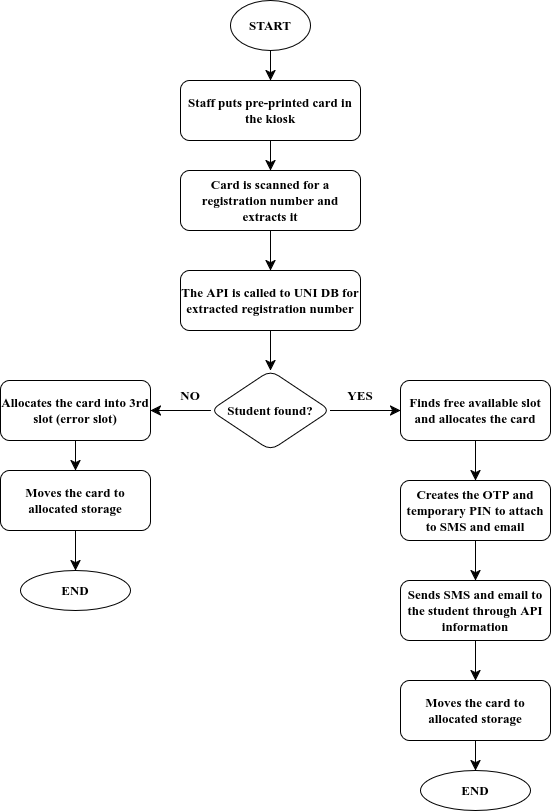
musyani-io/card-issuance-system keeps this draw.io diagram as docs/official/staff-side-workflow.drawio.png. Above is the earlier version. Source tidied: cells renumbered, new cells last; positions are measured from the earlier drawing's top-left corner, leaving out a move shared by most shapes.
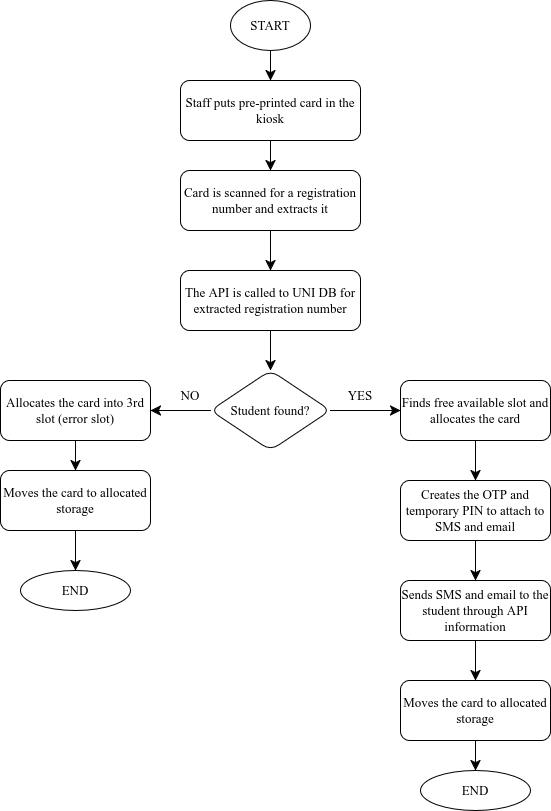
Later version of the same file.

Commit message:
docs: updated staff-side workflow

Change to the diagram source:
```diff
@@ -2,85 +2,85 @@
   <root>
     <mxCell id="0" />
     <mxCell id="1" parent="0" />
-    <mxCell id="2" style="edgeStyle=none;curved=1;rounded=0;jettySize=auto;html=1;fontSize=13;startSize=8;endSize=8;fontFamily=Times New Roman;fontStyle=1;" parent="1" edge="1" source="3" target="5">
+    <mxCell id="2" style="edgeStyle=none;curved=1;rounded=0;jettySize=auto;html=1;fontSize=13;startSize=8;endSize=8;fontFamily=Times New Roman;fontStyle=0;" parent="1" edge="1" source="3" target="5">
       <mxGeometry relative="1" as="geometry" />
     </mxCell>
-    <mxCell id="3" value="START" style="ellipse;whiteSpace=wrap;html=1;fontFamily=Times New Roman;fontSize=13;fontStyle=1;" parent="1" vertex="1">
+    <mxCell id="3" value="START" style="ellipse;whiteSpace=wrap;html=1;fontFamily=Times New Roman;fontSize=13;fontStyle=0;" parent="1" vertex="1">
       <mxGeometry x="230" width="80" height="50" as="geometry" />
     </mxCell>
-    <mxCell id="4" style="edgeStyle=none;curved=1;rounded=0;jettySize=auto;html=1;fontSize=13;startSize=8;endSize=8;fontFamily=Times New Roman;fontStyle=1;" parent="1" edge="1" source="5" target="7">
+    <mxCell id="4" style="edgeStyle=none;curved=1;rounded=0;jettySize=auto;html=1;fontSize=13;startSize=8;endSize=8;fontFamily=Times New Roman;fontStyle=0;" parent="1" edge="1" source="5" target="7">
       <mxGeometry relative="1" as="geometry" />
     </mxCell>
-    <mxCell id="5" value="Staff puts pre-printed card in the kiosk" style="rounded=1;whiteSpace=wrap;html=1;fontFamily=Times New Roman;fontSize=13;fontStyle=1;" parent="1" vertex="1">
+    <mxCell id="5" value="Staff puts pre-printed card in the kiosk" style="rounded=1;whiteSpace=wrap;html=1;fontFamily=Times New Roman;fontSize=13;fontStyle=0;" parent="1" vertex="1">
       <mxGeometry x="180" y="80" width="180" height="60" as="geometry" />
     </mxCell>
-    <mxCell id="6" style="edgeStyle=none;curved=1;rounded=0;jettySize=auto;html=1;fontSize=13;startSize=8;endSize=8;fontFamily=Times New Roman;fontStyle=1;" parent="1" edge="1" source="7" target="9">
+    <mxCell id="6" style="edgeStyle=none;curved=1;rounded=0;jettySize=auto;html=1;fontSize=13;startSize=8;endSize=8;fontFamily=Times New Roman;fontStyle=0;" parent="1" edge="1" source="7" target="9">
       <mxGeometry relative="1" as="geometry" />
     </mxCell>
-    <mxCell id="7" value="Card is scanned for a registration number and extracts it" style="rounded=1;whiteSpace=wrap;html=1;fontFamily=Times New Roman;fontSize=13;fontStyle=1;" parent="1" vertex="1">
+    <mxCell id="7" value="Card is scanned for a registration number and extracts it" style="rounded=1;whiteSpace=wrap;html=1;fontFamily=Times New Roman;fontSize=13;fontStyle=0;" parent="1" vertex="1">
       <mxGeometry x="180" y="170" width="180" height="60" as="geometry" />
     </mxCell>
-    <mxCell id="8" style="edgeStyle=none;curved=1;rounded=0;jettySize=auto;html=1;fontSize=13;startSize=8;endSize=8;fontFamily=Times New Roman;fontStyle=1;" parent="1" edge="1" source="9" target="12">
+    <mxCell id="8" style="edgeStyle=none;curved=1;rounded=0;jettySize=auto;html=1;fontSize=13;startSize=8;endSize=8;fontFamily=Times New Roman;fontStyle=0;" parent="1" edge="1" source="9" target="12">
       <mxGeometry relative="1" as="geometry" />
     </mxCell>
-    <mxCell id="9" value="The API is called to UNI DB for extracted registration number" style="rounded=1;whiteSpace=wrap;html=1;fontFamily=Times New Roman;fontSize=13;fontStyle=1;" parent="1" vertex="1">
+    <mxCell id="9" value="The API is called to UNI DB for extracted registration number" style="rounded=1;whiteSpace=wrap;html=1;fontFamily=Times New Roman;fontSize=13;fontStyle=0;" parent="1" vertex="1">
       <mxGeometry x="180" y="270" width="180" height="60" as="geometry" />
     </mxCell>
-    <mxCell id="10" style="edgeStyle=none;curved=1;rounded=0;jettySize=auto;html=1;fontSize=13;startSize=8;endSize=8;fontFamily=Times New Roman;fontStyle=1;" parent="1" edge="1" source="12" target="14">
+    <mxCell id="10" style="edgeStyle=none;curved=1;rounded=0;jettySize=auto;html=1;fontSize=13;startSize=8;endSize=8;fontFamily=Times New Roman;fontStyle=0;" parent="1" edge="1" source="12" target="14">
       <mxGeometry relative="1" as="geometry" />
     </mxCell>
-    <mxCell id="11" style="edgeStyle=none;curved=1;rounded=0;jettySize=auto;html=1;fontSize=13;startSize=8;endSize=8;fontFamily=Times New Roman;fontStyle=1;" parent="1" edge="1" source="12" target="17">
+    <mxCell id="11" style="edgeStyle=none;curved=1;rounded=0;jettySize=auto;html=1;fontSize=13;startSize=8;endSize=8;fontFamily=Times New Roman;fontStyle=0;" parent="1" edge="1" source="12" target="17">
       <mxGeometry relative="1" as="geometry" />
     </mxCell>
-    <mxCell id="12" value="Student found?" style="rhombus;whiteSpace=wrap;html=1;rounded=1;fontFamily=Times New Roman;fontSize=13;fontStyle=1;" parent="1" vertex="1">
+    <mxCell id="12" value="Student found?" style="rhombus;whiteSpace=wrap;html=1;rounded=1;fontFamily=Times New Roman;fontSize=13;fontStyle=0;" parent="1" vertex="1">
       <mxGeometry x="210" y="370" width="120" height="80" as="geometry" />
     </mxCell>
-    <mxCell id="13" style="edgeStyle=none;curved=1;rounded=0;jettySize=auto;html=1;fontSize=13;startSize=8;endSize=8;fontFamily=Times New Roman;fontStyle=1;" parent="1" edge="1" source="14" target="26">
+    <mxCell id="13" style="edgeStyle=none;curved=1;rounded=0;jettySize=auto;html=1;fontSize=13;startSize=8;endSize=8;fontFamily=Times New Roman;fontStyle=0;" parent="1" edge="1" source="14" target="26">
       <mxGeometry relative="1" as="geometry" />
     </mxCell>
-    <mxCell id="14" value="Allocates the card into 3rd slot (error slot)" style="rounded=1;whiteSpace=wrap;html=1;fontFamily=Times New Roman;fontSize=13;fontStyle=1;" parent="1" vertex="1">
+    <mxCell id="14" value="Allocates the card into 3rd slot (error slot)" style="rounded=1;whiteSpace=wrap;html=1;fontFamily=Times New Roman;fontSize=13;fontStyle=0;" parent="1" vertex="1">
       <mxGeometry y="380" width="150" height="60" as="geometry" />
     </mxCell>
-    <mxCell id="15" value="NO" style="text;html=1;whiteSpace=wrap;strokeColor=none;fillColor=none;align=center;verticalAlign=middle;rounded=0;fontSize=13;fontFamily=Times New Roman;fontStyle=1;" parent="1" vertex="1">
+    <mxCell id="15" value="NO" style="text;html=1;whiteSpace=wrap;strokeColor=none;fillColor=none;align=center;verticalAlign=middle;rounded=0;fontSize=13;fontFamily=Times New Roman;fontStyle=0;" parent="1" vertex="1">
       <mxGeometry x="160" y="380" width="60" height="30" as="geometry" />
     </mxCell>
-    <mxCell id="16" style="edgeStyle=none;curved=1;rounded=0;jettySize=auto;html=1;fontSize=13;startSize=8;endSize=8;fontFamily=Times New Roman;fontStyle=1;" parent="1" edge="1" source="17" target="20">
+    <mxCell id="16" style="edgeStyle=none;curved=1;rounded=0;jettySize=auto;html=1;fontSize=13;startSize=8;endSize=8;fontFamily=Times New Roman;fontStyle=0;" parent="1" edge="1" source="17" target="20">
       <mxGeometry relative="1" as="geometry" />
     </mxCell>
-    <mxCell id="17" value="Finds free available slot and allocates the card" style="whiteSpace=wrap;html=1;rounded=1;fontFamily=Times New Roman;fontSize=13;fontStyle=1;" parent="1" vertex="1">
+    <mxCell id="17" value="Finds free available slot and allocates the card" style="whiteSpace=wrap;html=1;rounded=1;fontFamily=Times New Roman;fontSize=13;fontStyle=0;" parent="1" vertex="1">
       <mxGeometry x="400" y="380" width="150" height="60" as="geometry" />
     </mxCell>
-    <mxCell id="18" value="YES" style="text;html=1;whiteSpace=wrap;strokeColor=none;fillColor=none;align=center;verticalAlign=middle;rounded=0;fontSize=13;fontFamily=Times New Roman;fontStyle=1;" parent="1" vertex="1">
+    <mxCell id="18" value="YES" style="text;html=1;whiteSpace=wrap;strokeColor=none;fillColor=none;align=center;verticalAlign=middle;rounded=0;fontSize=13;fontFamily=Times New Roman;fontStyle=0;" parent="1" vertex="1">
       <mxGeometry x="330" y="380" width="60" height="30" as="geometry" />
     </mxCell>
-    <mxCell id="19" style="edgeStyle=none;curved=1;rounded=0;jettySize=auto;html=1;fontSize=13;startSize=8;endSize=8;fontFamily=Times New Roman;fontStyle=1;" parent="1" edge="1" source="20" target="22">
+    <mxCell id="19" style="edgeStyle=none;curved=1;rounded=0;jettySize=auto;html=1;fontSize=13;startSize=8;endSize=8;fontFamily=Times New Roman;fontStyle=0;" parent="1" edge="1" source="20" target="22">
       <mxGeometry relative="1" as="geometry" />
     </mxCell>
-    <mxCell id="20" value="Creates the OTP and temporary PIN to attach to SMS and email" style="rounded=1;whiteSpace=wrap;html=1;fontFamily=Times New Roman;fontSize=13;fontStyle=1;" parent="1" vertex="1">
+    <mxCell id="20" value="Creates the OTP and temporary PIN to attach to SMS and email" style="rounded=1;whiteSpace=wrap;html=1;fontFamily=Times New Roman;fontSize=13;fontStyle=0;" parent="1" vertex="1">
       <mxGeometry x="400" y="480" width="150" height="60" as="geometry" />
     </mxCell>
-    <mxCell id="21" style="edgeStyle=none;curved=1;rounded=0;jettySize=auto;html=1;fontSize=13;startSize=8;endSize=8;fontFamily=Times New Roman;fontStyle=1;" parent="1" edge="1" source="22" target="24">
+    <mxCell id="21" style="edgeStyle=none;curved=1;rounded=0;jettySize=auto;html=1;fontSize=13;startSize=8;endSize=8;fontFamily=Times New Roman;fontStyle=0;" parent="1" edge="1" source="22" target="24">
       <mxGeometry relative="1" as="geometry" />
     </mxCell>
-    <mxCell id="22" value="Sends SMS and email to the student through API information" style="rounded=1;whiteSpace=wrap;html=1;fontFamily=Times New Roman;fontSize=13;fontStyle=1;" parent="1" vertex="1">
+    <mxCell id="22" value="Sends SMS and email to the student through API information" style="rounded=1;whiteSpace=wrap;html=1;fontFamily=Times New Roman;fontSize=13;fontStyle=0;" parent="1" vertex="1">
       <mxGeometry x="400" y="580" width="150" height="60" as="geometry" />
     </mxCell>
-    <mxCell id="23" style="edgeStyle=none;curved=1;rounded=0;jettySize=auto;html=1;fontSize=13;startSize=8;endSize=8;fontFamily=Times New Roman;fontStyle=1;" parent="1" edge="1" source="24" target="28">
+    <mxCell id="23" style="edgeStyle=none;curved=1;rounded=0;jettySize=auto;html=1;fontSize=13;startSize=8;endSize=8;fontFamily=Times New Roman;fontStyle=0;" parent="1" edge="1" source="24" target="28">
       <mxGeometry relative="1" as="geometry" />
     </mxCell>
-    <mxCell id="24" value="Moves the card to allocated storage" style="rounded=1;whiteSpace=wrap;html=1;fontFamily=Times New Roman;fontSize=13;fontStyle=1;" parent="1" vertex="1">
+    <mxCell id="24" value="Moves the card to allocated storage" style="rounded=1;whiteSpace=wrap;html=1;fontFamily=Times New Roman;fontSize=13;fontStyle=0;" parent="1" vertex="1">
       <mxGeometry x="400" y="680" width="150" height="60" as="geometry" />
     </mxCell>
-    <mxCell id="25" style="edgeStyle=none;curved=1;rounded=0;jettySize=auto;html=1;fontSize=13;startSize=8;endSize=8;fontFamily=Times New Roman;fontStyle=1;" parent="1" edge="1" source="26" target="27">
+    <mxCell id="25" style="edgeStyle=none;curved=1;rounded=0;jettySize=auto;html=1;fontSize=13;startSize=8;endSize=8;fontFamily=Times New Roman;fontStyle=0;" parent="1" edge="1" source="26" target="27">
       <mxGeometry relative="1" as="geometry" />
     </mxCell>
-    <mxCell id="26" value="Moves the card to allocated storage" style="rounded=1;whiteSpace=wrap;html=1;fontFamily=Times New Roman;fontSize=13;fontStyle=1;" parent="1" vertex="1">
+    <mxCell id="26" value="Moves the card to allocated storage" style="rounded=1;whiteSpace=wrap;html=1;fontFamily=Times New Roman;fontSize=13;fontStyle=0;" parent="1" vertex="1">
       <mxGeometry y="470" width="150" height="60" as="geometry" />
     </mxCell>
-    <mxCell id="27" value="END" style="ellipse;whiteSpace=wrap;html=1;rounded=1;fontFamily=Times New Roman;fontSize=13;fontStyle=1;" parent="1" vertex="1">
+    <mxCell id="27" value="END" style="ellipse;whiteSpace=wrap;html=1;rounded=1;fontFamily=Times New Roman;fontSize=13;fontStyle=0;" parent="1" vertex="1">
       <mxGeometry x="20" y="570" width="110" height="40" as="geometry" />
     </mxCell>
-    <mxCell id="28" value="END" style="ellipse;whiteSpace=wrap;html=1;rounded=1;fontFamily=Times New Roman;fontSize=13;fontStyle=1;" parent="1" vertex="1">
+    <mxCell id="28" value="END" style="ellipse;whiteSpace=wrap;html=1;rounded=1;fontFamily=Times New Roman;fontSize=13;fontStyle=0;" parent="1" vertex="1">
       <mxGeometry x="420" y="770" width="110" height="40" as="geometry" />
     </mxCell>
   </root>
```
